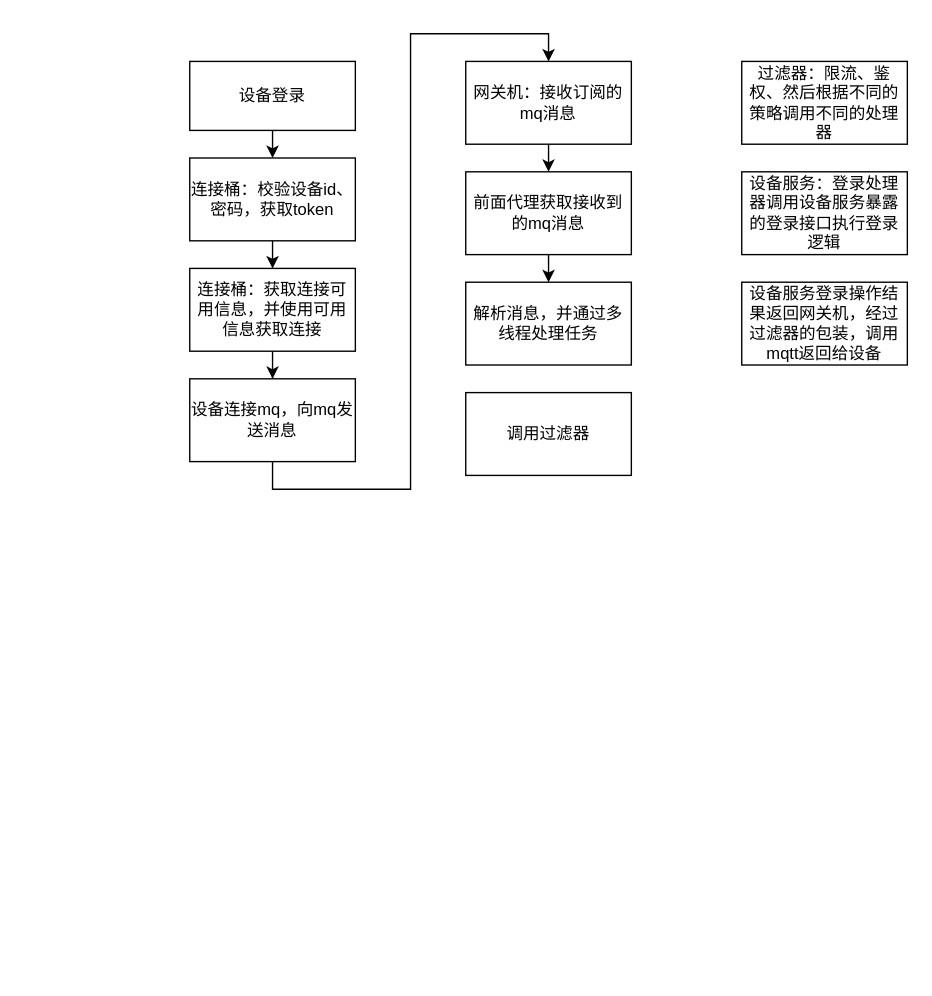
The draw.io diagram Java/未命名绘图.drawio in Rumoers/ZH-Notes, before the edit. Source tidied: cells renumbered, new cells numbered last; positions are measured from the earlier drawing's top-left corner, leaving out a move shared by most shapes. Both pictures are drawn from the tidied source at 138%, with x=0, y=0 at pixel (189, 61).
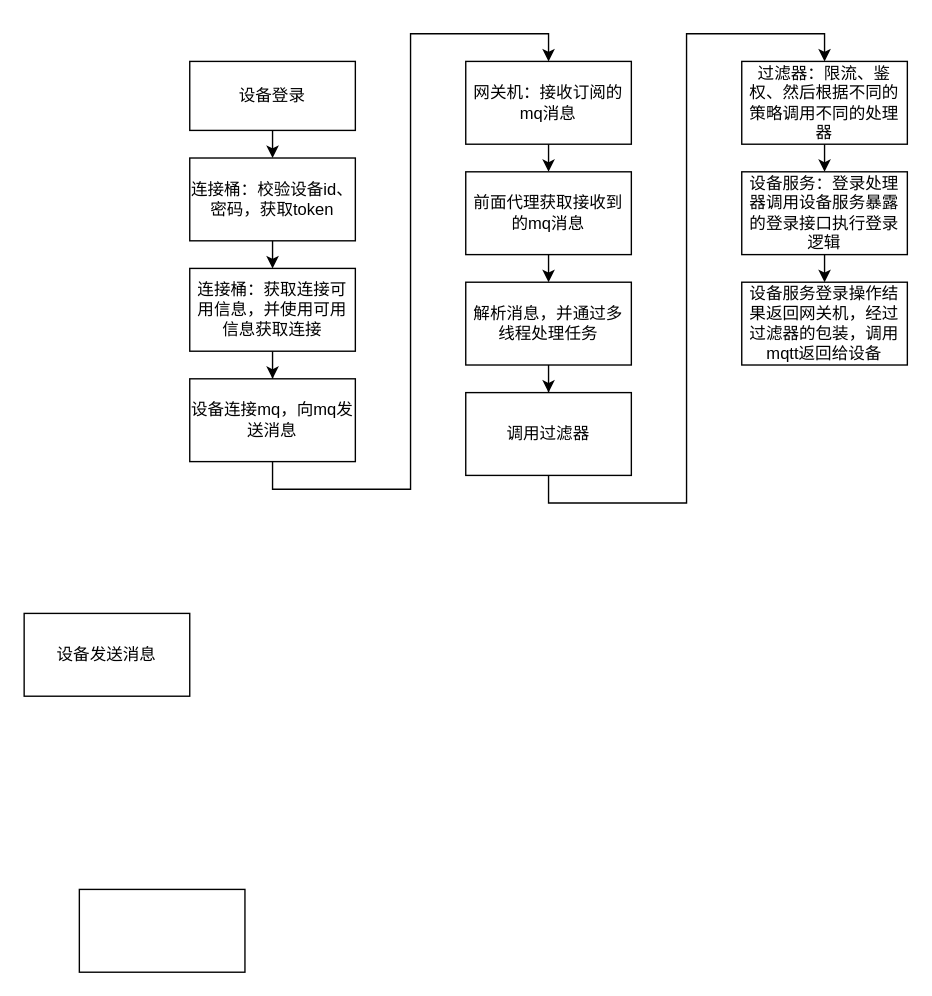
The same diagram, later.

Commit message:
更新未命名绘图.drawio

Unchanged cells that the change refers to:
```xml
<mxCell id="14" value="解析消息，并通过多线程处理任务" style="rounded=0;whiteSpace=wrap;html=1;" parent="1" vertex="1">
  <mxGeometry x="200" y="160" width="120" height="60" as="geometry" />
</mxCell>
<mxCell id="15" value="调用过滤器&lt;br&gt;" style="rounded=0;whiteSpace=wrap;html=1;" parent="1" vertex="1">
  <mxGeometry x="200" y="240" width="120" height="60" as="geometry" />
</mxCell>
<mxCell id="16" value="过滤器：限流、鉴权、然后根据不同的策略调用不同的处理器" style="rounded=0;whiteSpace=wrap;html=1;" parent="1" vertex="1">
  <mxGeometry x="400" width="120" height="60" as="geometry" />
</mxCell>
<mxCell id="17" value="设备服务：登录处理器调用设备服务暴露的登录接口执行登录逻辑" style="rounded=0;whiteSpace=wrap;html=1;" parent="1" vertex="1">
  <mxGeometry x="400" y="80" width="120" height="60" as="geometry" />
</mxCell>
<mxCell id="18" value="设备服务登录操作结果返回网关机，经过过滤器的包装，调用mqtt返回给设备" style="rounded=0;whiteSpace=wrap;html=1;" parent="1" vertex="1">
  <mxGeometry x="400" y="160" width="120" height="60" as="geometry" />
</mxCell>
```

The edit, as a diff of the source:
```diff
@@
+    <mxCell id="19" style="edgeStyle=orthogonalEdgeStyle;rounded=0;jettySize=auto;html=1;" parent="1" edge="1" source="14" target="15">
+      <mxGeometry relative="1" as="geometry" />
+    </mxCell>
@@
+    <mxCell id="20" style="edgeStyle=orthogonalEdgeStyle;rounded=0;jettySize=auto;html=1;exitX=0.5;exitY=1;exitDx=0;exitDy=0;entryX=0.5;entryY=0;entryDx=0;entryDy=0;" parent="1" edge="1" source="15" target="16">
+      <mxGeometry relative="1" as="geometry" />
+    </mxCell>
@@
+    <mxCell id="21" style="edgeStyle=orthogonalEdgeStyle;rounded=0;jettySize=auto;html=1;exitX=0.5;exitY=1;exitDx=0;exitDy=0;entryX=0.5;entryY=0;entryDx=0;entryDy=0;" parent="1" edge="1" source="16" target="17">
+      <mxGeometry relative="1" as="geometry" />
+    </mxCell>
@@
+    <mxCell id="22" style="edgeStyle=orthogonalEdgeStyle;rounded=0;jettySize=auto;html=1;exitX=0.5;exitY=1;exitDx=0;exitDy=0;entryX=0.5;entryY=0;entryDx=0;entryDy=0;" parent="1" edge="1" source="17" target="18">
+      <mxGeometry relative="1" as="geometry" />
+    </mxCell>
@@
+    <mxCell id="23" value="设备发送消息" style="rounded=0;whiteSpace=wrap;html=1;" parent="1" vertex="1">
+      <mxGeometry x="-120" y="400" width="120" height="60" as="geometry" />
+    </mxCell>
+    <mxCell id="24" style="rounded=0;whiteSpace=wrap;html=1;" parent="1" vertex="1">
+      <mxGeometry x="-80" y="600" width="120" height="60" as="geometry" />
+    </mxCell>
```
